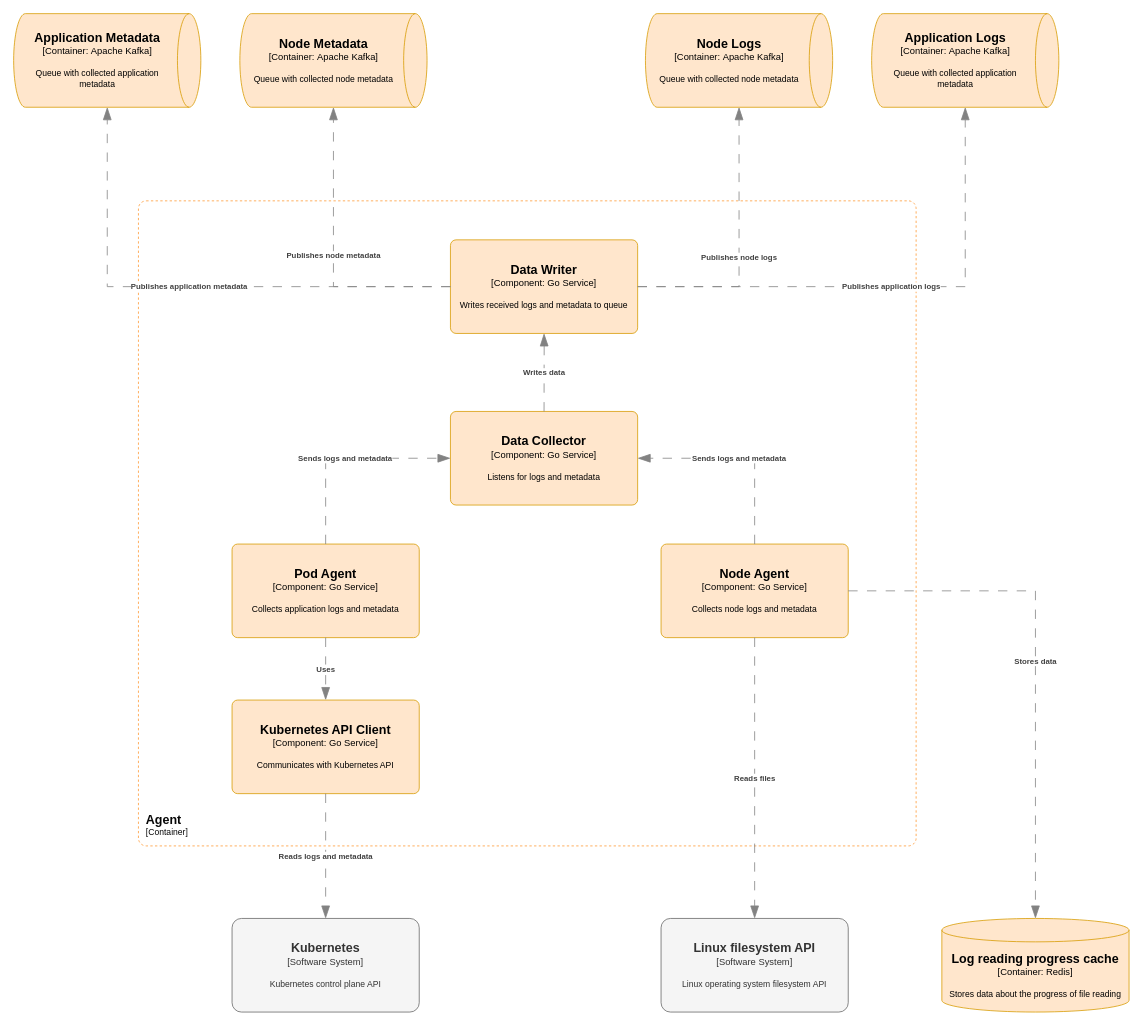
This is docs/diagrams/agent/components/agent-components.drawio from Magpie-Monitor/magpie-monitor, a draw.io file, before an edit. Source tidied: cells renumbered, new cells numbered last; positions are measured from the earlier drawing's top-left corner, leaving out a move shared by most shapes. Both pictures are drawn from the tidied source at 78%, with x=0, y=0 at pixel (13, 13).
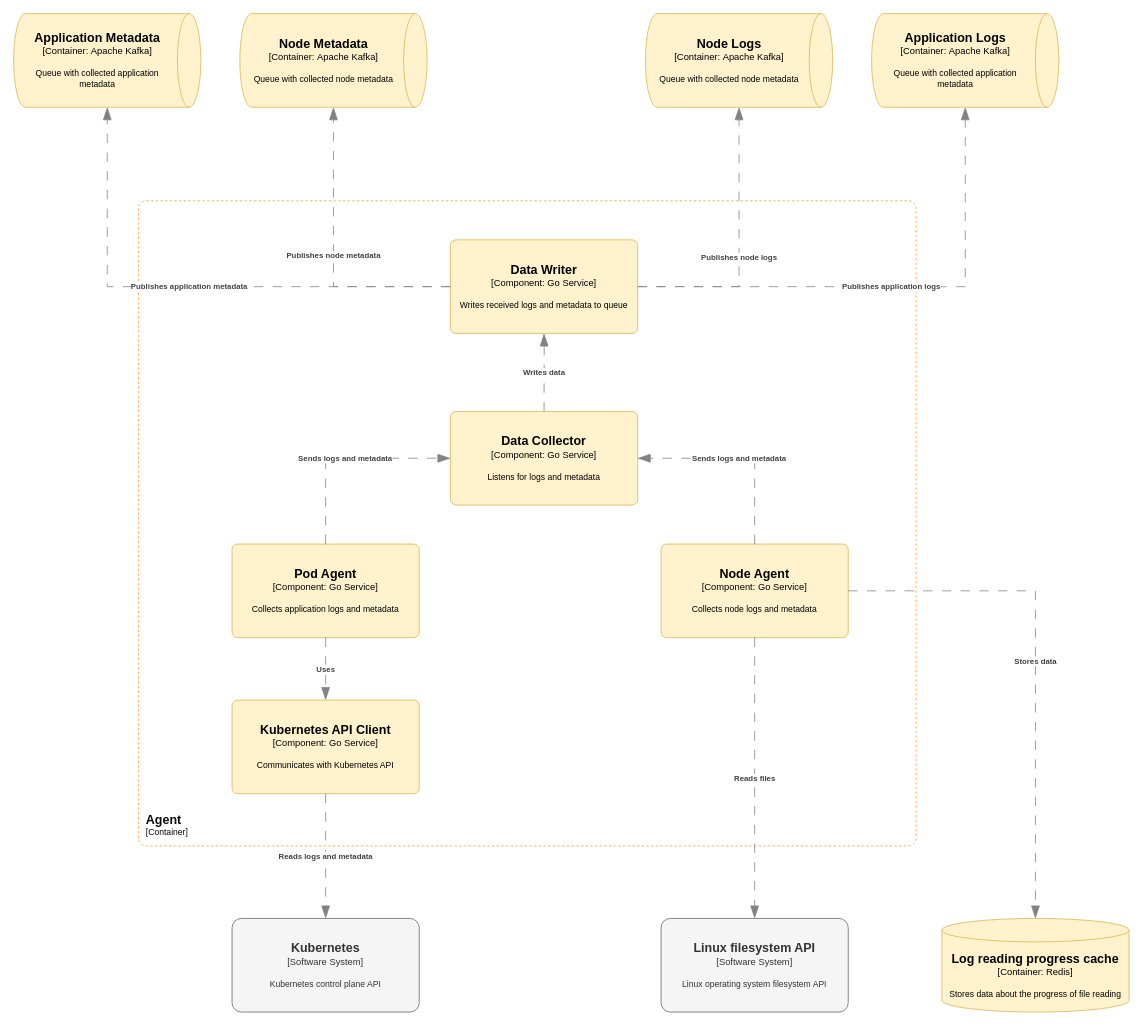
After the change.

The edit, as a diff of the source:
```diff
@@
     <object id="2" label="&lt;font style=&quot;font-size: 16px&quot;&gt;&lt;b&gt;%c4Name%&lt;/b&gt;&lt;/font&gt;&lt;div&gt;[%c4Type%: %c4Technology%]&lt;/div&gt;&lt;br&gt;&lt;div&gt;&lt;font style=&quot;font-size: 11px&quot;&gt;%c4Description%&lt;/font&gt;&lt;/div&gt;" c4Description="Collects application logs and metadata" c4Name="Pod Agent" c4Technology="Go Service" c4Type="Component" placeholders="1">
-      <mxCell style="rounded=1;whiteSpace=wrap;html=1;labelBackgroundColor=none;fillColor=#ffe6cc;align=center;arcSize=6;strokeColor=#d79b00;points=[[0.25,0,0],[0.5,0,0],[0.75,0,0],[1,0.25,0],[1,0.5,0],[1,0.75,0],[0.75,1,0],[0.5,1,0],[0.25,1,0],[0,0.75,0],[0,0.5,0],[0,0.25,0]];" parent="1" vertex="1">
+      <mxCell style="rounded=1;whiteSpace=wrap;html=1;labelBackgroundColor=none;fillColor=#fff2cc;align=center;arcSize=6;strokeColor=#d6b656;points=[[0.25,0,0],[0.5,0,0],[0.75,0,0],[1,0.25,0],[1,0.5,0],[1,0.75,0],[0.75,1,0],[0.5,1,0],[0.25,1,0],[0,0.75,0],[0,0.5,0],[0,0.25,0]];" parent="1" vertex="1">
         <mxGeometry x="280" y="680" width="240" height="120" as="geometry" />
       </mxCell>
     </object>
     <object id="3" label="&lt;font style=&quot;font-size: 16px&quot;&gt;&lt;b&gt;%c4Name%&lt;/b&gt;&lt;/font&gt;&lt;div&gt;[%c4Type%: %c4Technology%]&lt;/div&gt;&lt;br&gt;&lt;div&gt;&lt;font style=&quot;font-size: 11px&quot;&gt;%c4Description%&lt;/font&gt;&lt;/div&gt;" c4Description="Listens for logs and metadata" c4Name="Data Collector" c4Technology="Go Service" c4Type="Component" placeholders="1">
-      <mxCell style="rounded=1;whiteSpace=wrap;html=1;labelBackgroundColor=none;fillColor=#ffe6cc;align=center;arcSize=6;strokeColor=#d79b00;points=[[0.25,0,0],[0.5,0,0],[0.75,0,0],[1,0.25,0],[1,0.5,0],[1,0.75,0],[0.75,1,0],[0.5,1,0],[0.25,1,0],[0,0.75,0],[0,0.5,0],[0,0.25,0]];" parent="1" vertex="1">
+      <mxCell style="rounded=1;whiteSpace=wrap;html=1;labelBackgroundColor=none;fillColor=#fff2cc;align=center;arcSize=6;strokeColor=#d6b656;points=[[0.25,0,0],[0.5,0,0],[0.75,0,0],[1,0.25,0],[1,0.5,0],[1,0.75,0],[0.75,1,0],[0.5,1,0],[0.25,1,0],[0,0.75,0],[0,0.5,0],[0,0.25,0]];" parent="1" vertex="1">
         <mxGeometry x="560" y="510" width="240" height="120" as="geometry" />
       </mxCell>
     </object>
     <object id="4" label="&lt;font style=&quot;font-size: 16px&quot;&gt;&lt;b&gt;%c4Name%&lt;/b&gt;&lt;/font&gt;&lt;div&gt;[%c4Type%:&amp;nbsp;%c4Technology%]&lt;/div&gt;&lt;br&gt;&lt;div&gt;&lt;font style=&quot;font-size: 11px&quot;&gt;&lt;font&gt;%c4Description%&lt;/font&gt;&lt;/font&gt;&lt;/div&gt;" c4Description="Queue with collected node metadata" c4Name="Node Metadata" c4Technology="Apache Kafka" c4Type="Container" placeholders="1">
-      <mxCell style="shape=cylinder3;size=15;direction=south;whiteSpace=wrap;html=1;boundedLbl=1;rounded=0;labelBackgroundColor=none;fontSize=12;align=center;points=[[0.5,0,0],[1,0.25,0],[1,0.5,0],[1,0.75,0],[0.5,1,0],[0,0.75,0],[0,0.5,0],[0,0.25,0]];fillColor=#ffe6cc;strokeColor=#d79b00;" parent="1" vertex="1">
+      <mxCell style="shape=cylinder3;size=15;direction=south;whiteSpace=wrap;html=1;boundedLbl=1;rounded=0;labelBackgroundColor=none;fontSize=12;align=center;points=[[0.5,0,0],[1,0.25,0],[1,0.5,0],[1,0.75,0],[0.5,1,0],[0,0.75,0],[0,0.5,0],[0,0.25,0]];fillColor=#fff2cc;strokeColor=#d6b656;" parent="1" vertex="1">
         <mxGeometry x="290" width="240" height="120" as="geometry" />
       </mxCell>
     </object>
@@
     <object id="6" label="&lt;font style=&quot;font-size: 16px&quot;&gt;&lt;b&gt;%c4Name%&lt;/b&gt;&lt;/font&gt;&lt;div&gt;[%c4Type%:&amp;nbsp;%c4Technology%]&lt;/div&gt;&lt;br&gt;&lt;div&gt;&lt;font style=&quot;font-size: 11px&quot;&gt;&lt;font&gt;%c4Description%&lt;/font&gt;&lt;/font&gt;&lt;/div&gt;" c4Description="Queue with collected application metadata" c4Name="Application Metadata" c4Technology="Apache Kafka" c4Type="Container" placeholders="1">
-      <mxCell style="shape=cylinder3;size=15;direction=south;whiteSpace=wrap;html=1;boundedLbl=1;rounded=0;labelBackgroundColor=none;fillColor=#ffe6cc;fontSize=12;align=center;strokeColor=#d79b00;points=[[0.5,0,0],[1,0.25,0],[1,0.5,0],[1,0.75,0],[0.5,1,0],[0,0.75,0],[0,0.5,0],[0,0.25,0]];" parent="1" vertex="1">
+      <mxCell style="shape=cylinder3;size=15;direction=south;whiteSpace=wrap;html=1;boundedLbl=1;rounded=0;labelBackgroundColor=none;fillColor=#fff2cc;fontSize=12;align=center;strokeColor=#d6b656;points=[[0.5,0,0],[1,0.25,0],[1,0.5,0],[1,0.75,0],[0.5,1,0],[0,0.75,0],[0,0.5,0],[0,0.25,0]];" parent="1" vertex="1">
         <mxGeometry width="240" height="120" as="geometry" />
       </mxCell>
     </object>
     <object id="7" label="&lt;font style=&quot;font-size: 16px&quot;&gt;&lt;b&gt;%c4Name%&lt;/b&gt;&lt;/font&gt;&lt;div&gt;[%c4Type%: %c4Technology%]&lt;/div&gt;&lt;br&gt;&lt;div&gt;&lt;font style=&quot;font-size: 11px&quot;&gt;%c4Description%&lt;/font&gt;&lt;/div&gt;" c4Description="Communicates with Kubernetes API" c4Name="Kubernetes API Client" c4Technology="Go Service" c4Type="Component" placeholders="1">
-      <mxCell style="rounded=1;whiteSpace=wrap;html=1;labelBackgroundColor=none;fillColor=#ffe6cc;align=center;arcSize=6;strokeColor=#d79b00;points=[[0.25,0,0],[0.5,0,0],[0.75,0,0],[1,0.25,0],[1,0.5,0],[1,0.75,0],[0.75,1,0],[0.5,1,0],[0.25,1,0],[0,0.75,0],[0,0.5,0],[0,0.25,0]];" parent="1" vertex="1">
+      <mxCell style="rounded=1;whiteSpace=wrap;html=1;labelBackgroundColor=none;fillColor=#fff2cc;align=center;arcSize=6;strokeColor=#d6b656;points=[[0.25,0,0],[0.5,0,0],[0.75,0,0],[1,0.25,0],[1,0.5,0],[1,0.75,0],[0.75,1,0],[0.5,1,0],[0.25,1,0],[0,0.75,0],[0,0.5,0],[0,0.25,0]];" parent="1" vertex="1">
         <mxGeometry x="280" y="880" width="240" height="120" as="geometry" />
       </mxCell>
     </object>
     <object id="8" label="&lt;font style=&quot;font-size: 16px&quot;&gt;&lt;b&gt;%c4Name%&lt;/b&gt;&lt;/font&gt;&lt;div&gt;[%c4Type%:&amp;nbsp;%c4Technology%]&lt;/div&gt;&lt;br&gt;&lt;div&gt;&lt;font style=&quot;font-size: 11px&quot;&gt;&lt;font&gt;%c4Description%&lt;/font&gt;&lt;/font&gt;&lt;/div&gt;" c4Description="Stores data about the progress of file reading" c4Name="Log reading progress cache" c4Technology="Redis" c4Type="Container" placeholders="1">
-      <mxCell style="shape=cylinder3;size=15;whiteSpace=wrap;html=1;boundedLbl=1;rounded=0;labelBackgroundColor=none;fillColor=#ffe6cc;fontSize=12;align=center;strokeColor=#d79b00;points=[[0.5,0,0],[1,0.25,0],[1,0.5,0],[1,0.75,0],[0.5,1,0],[0,0.75,0],[0,0.5,0],[0,0.25,0]];" parent="1" vertex="1">
+      <mxCell style="shape=cylinder3;size=15;whiteSpace=wrap;html=1;boundedLbl=1;rounded=0;labelBackgroundColor=none;fillColor=#fff2cc;fontSize=12;align=center;strokeColor=#d6b656;points=[[0.5,0,0],[1,0.25,0],[1,0.5,0],[1,0.75,0],[0.5,1,0],[0,0.75,0],[0,0.5,0],[0,0.25,0]];" parent="1" vertex="1">
         <mxGeometry x="1190" y="1160" width="240" height="120" as="geometry" />
       </mxCell>
     </object>
@@
     <object id="11" label="&lt;font style=&quot;font-size: 16px&quot;&gt;&lt;b&gt;%c4Name%&lt;/b&gt;&lt;/font&gt;&lt;div&gt;[%c4Type%: %c4Technology%]&lt;/div&gt;&lt;br&gt;&lt;div&gt;&lt;font style=&quot;font-size: 11px&quot;&gt;%c4Description%&lt;/font&gt;&lt;/div&gt;" c4Description="Collects node logs and metadata" c4Name="Node Agent" c4Technology="Go Service" c4Type="Component" placeholders="1">
-      <mxCell style="rounded=1;whiteSpace=wrap;html=1;labelBackgroundColor=none;fillColor=#ffe6cc;align=center;arcSize=6;strokeColor=#d79b00;points=[[0.25,0,0],[0.5,0,0],[0.75,0,0],[1,0.25,0],[1,0.5,0],[1,0.75,0],[0.75,1,0],[0.5,1,0],[0.25,1,0],[0,0.75,0],[0,0.5,0],[0,0.25,0]];" parent="1" vertex="1">
+      <mxCell style="rounded=1;whiteSpace=wrap;html=1;labelBackgroundColor=none;fillColor=#fff2cc;align=center;arcSize=6;strokeColor=#d6b656;points=[[0.25,0,0],[0.5,0,0],[0.75,0,0],[1,0.25,0],[1,0.5,0],[1,0.75,0],[0.75,1,0],[0.5,1,0],[0.25,1,0],[0,0.75,0],[0,0.5,0],[0,0.25,0]];" parent="1" vertex="1">
         <mxGeometry x="830" y="680" width="240" height="120" as="geometry" />
       </mxCell>
     </object>
     <object id="12" label="&lt;font style=&quot;font-size: 16px&quot;&gt;&lt;b&gt;%c4Name%&lt;/b&gt;&lt;/font&gt;&lt;div&gt;[%c4Type%:&amp;nbsp;%c4Technology%]&lt;/div&gt;&lt;br&gt;&lt;div&gt;&lt;font style=&quot;font-size: 11px&quot;&gt;&lt;font&gt;%c4Description%&lt;/font&gt;&lt;/font&gt;&lt;/div&gt;" c4Description="Queue with collected application metadata" c4Name="Application Logs" c4Technology="Apache Kafka" c4Type="Container" placeholders="1">
-      <mxCell style="shape=cylinder3;size=15;direction=south;whiteSpace=wrap;html=1;boundedLbl=1;rounded=0;labelBackgroundColor=none;fontSize=12;align=center;points=[[0.5,0,0],[1,0.25,0],[1,0.5,0],[1,0.75,0],[0.5,1,0],[0,0.75,0],[0,0.5,0],[0,0.25,0]];fillColor=#ffe6cc;strokeColor=#d79b00;" parent="1" vertex="1">
+      <mxCell style="shape=cylinder3;size=15;direction=south;whiteSpace=wrap;html=1;boundedLbl=1;rounded=0;labelBackgroundColor=none;fontSize=12;align=center;points=[[0.5,0,0],[1,0.25,0],[1,0.5,0],[1,0.75,0],[0.5,1,0],[0,0.75,0],[0,0.5,0],[0,0.25,0]];fillColor=#fff2cc;strokeColor=#d6b656;" parent="1" vertex="1">
         <mxGeometry x="1100" width="240" height="120" as="geometry" />
       </mxCell>
     </object>
     <object id="13" label="&lt;font style=&quot;font-size: 16px&quot;&gt;&lt;b&gt;%c4Name%&lt;/b&gt;&lt;/font&gt;&lt;div&gt;[%c4Type%:&amp;nbsp;%c4Technology%]&lt;/div&gt;&lt;br&gt;&lt;div&gt;&lt;font style=&quot;font-size: 11px&quot;&gt;&lt;font&gt;%c4Description%&lt;/font&gt;&lt;/font&gt;&lt;/div&gt;" c4Description="Queue with collected node metadata" c4Name="Node Logs" c4Technology="Apache Kafka" c4Type="Container" placeholders="1">
-      <mxCell style="shape=cylinder3;size=15;direction=south;whiteSpace=wrap;html=1;boundedLbl=1;rounded=0;labelBackgroundColor=none;fontSize=12;align=center;points=[[0.5,0,0],[1,0.25,0],[1,0.5,0],[1,0.75,0],[0.5,1,0],[0,0.75,0],[0,0.5,0],[0,0.25,0]];fillColor=#ffe6cc;strokeColor=#d79b00;" parent="1" vertex="1">
+      <mxCell style="shape=cylinder3;size=15;direction=south;whiteSpace=wrap;html=1;boundedLbl=1;rounded=0;labelBackgroundColor=none;fontSize=12;align=center;points=[[0.5,0,0],[1,0.25,0],[1,0.5,0],[1,0.75,0],[0.5,1,0],[0,0.75,0],[0,0.5,0],[0,0.25,0]];fillColor=#fff2cc;strokeColor=#d6b656;" parent="1" vertex="1">
         <mxGeometry x="810" width="240" height="120" as="geometry" />
       </mxCell>
     </object>
     <object id="14" label="&lt;font style=&quot;font-size: 16px&quot;&gt;&lt;b&gt;%c4Name%&lt;/b&gt;&lt;/font&gt;&lt;div&gt;[%c4Type%: %c4Technology%]&lt;/div&gt;&lt;br&gt;&lt;div&gt;&lt;font style=&quot;font-size: 11px&quot;&gt;%c4Description%&lt;/font&gt;&lt;/div&gt;" c4Description="Writes received logs and metadata to queue" c4Name="Data Writer" c4Technology="Go Service" c4Type="Component" placeholders="1">
-      <mxCell style="rounded=1;whiteSpace=wrap;html=1;labelBackgroundColor=none;fillColor=#ffe6cc;align=center;arcSize=6;strokeColor=#d79b00;points=[[0.25,0,0],[0.5,0,0],[0.75,0,0],[1,0.25,0],[1,0.5,0],[1,0.75,0],[0.75,1,0],[0.5,1,0],[0.25,1,0],[0,0.75,0],[0,0.5,0],[0,0.25,0]];" parent="1" vertex="1">
+      <mxCell style="rounded=1;whiteSpace=wrap;html=1;labelBackgroundColor=none;fillColor=#fff2cc;align=center;arcSize=6;strokeColor=#d6b656;points=[[0.25,0,0],[0.5,0,0],[0.75,0,0],[1,0.25,0],[1,0.5,0],[1,0.75,0],[0.75,1,0],[0.5,1,0],[0.25,1,0],[0,0.75,0],[0,0.5,0],[0,0.25,0]];" parent="1" vertex="1">
         <mxGeometry x="560" y="290" width="240" height="120" as="geometry" />
       </mxCell>
     </object>
```
